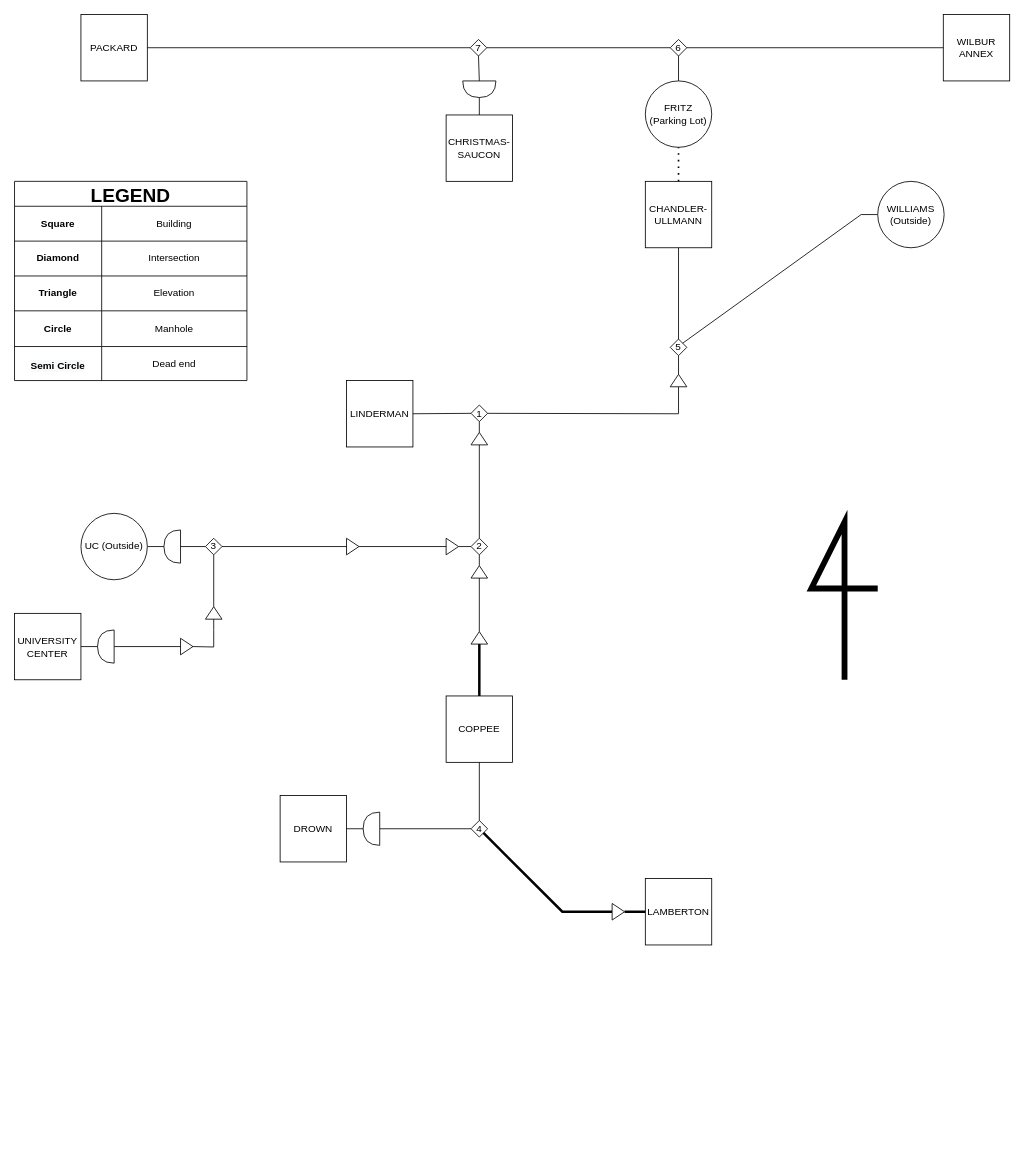
The draw.io diagram diagram.drawio in shun-ueda/lehigh-stream-tunnel, before the edit. Source tidied: cells renumbered, new cells numbered last; positions are measured from the earlier drawing's top-left corner, leaving out a move shared by most shapes. Both pictures are drawn from the tidied source at 83%, with x=0, y=0 at pixel (14, 14).
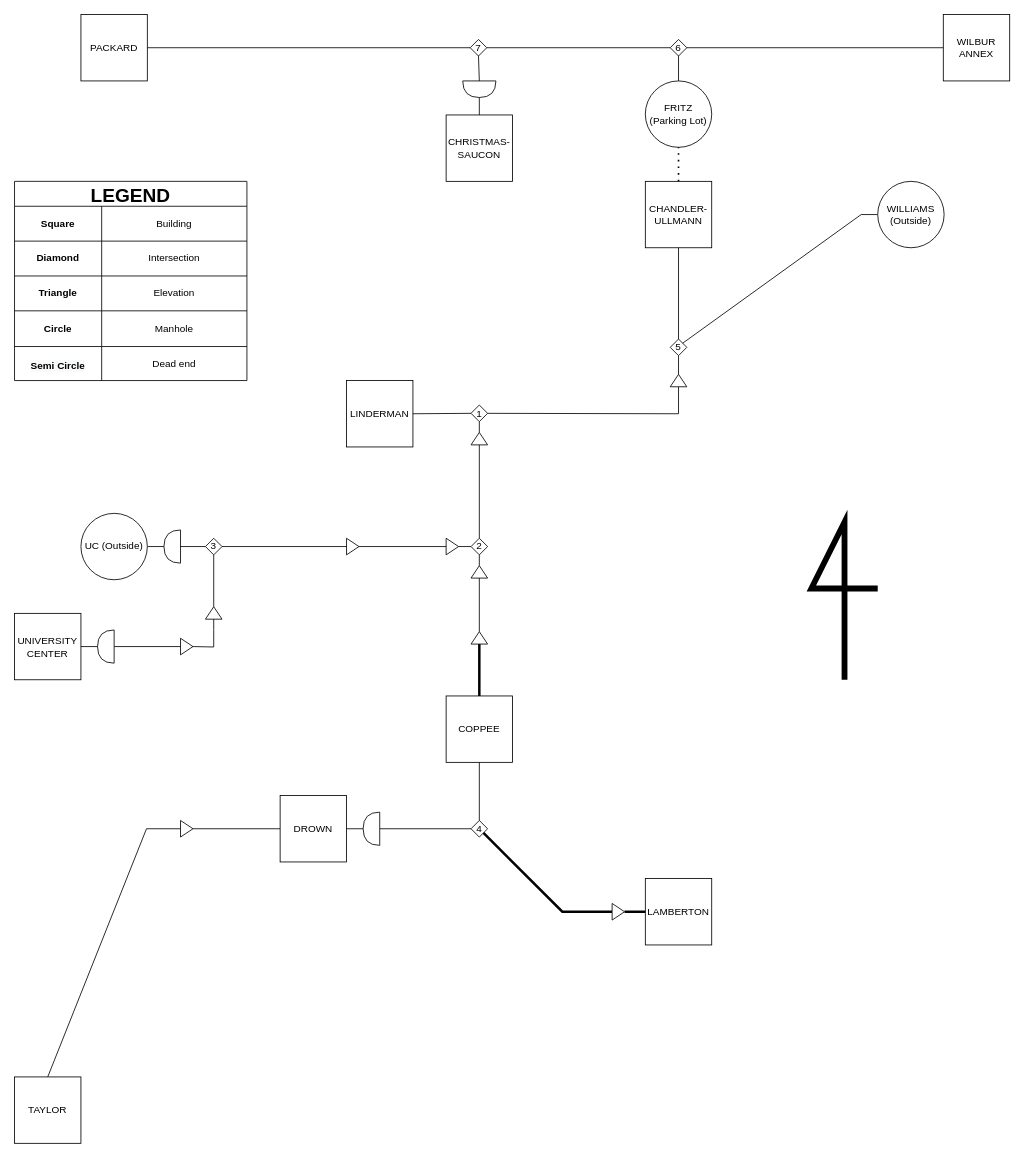
The same page after the edit.

Unchanged cells that the change refers to:
```xml
<mxCell id="45" value="DROWN" style="rounded=0;whiteSpace=wrap;html=1;" parent="1" vertex="1">
  <mxGeometry x="320" y="941" width="80" height="80" as="geometry" />
</mxCell>
```

The edit, as a diff of the source:
```diff
@@
+    <mxCell id="82" value="TAYLOR" style="rounded=0;whiteSpace=wrap;html=1;" parent="1" vertex="1">
+      <mxGeometry y="1280" width="80" height="80" as="geometry" />
+    </mxCell>
+    <mxCell id="83" style="endArrow=none;html=1;rounded=0;exitX=0.5;exitY=0;exitDx=0;exitDy=0;entryX=0;entryY=0.5;entryDx=0;entryDy=0;" parent="1" edge="1" source="82" target="84">
+      <mxGeometry relative="1" as="geometry">
+        <Array as="points">
+          <mxPoint x="159" y="981" />
+        </Array>
+      </mxGeometry>
+    </mxCell>
+    <mxCell id="84" style="triangle;whiteSpace=wrap;html=1;rotation=0;" parent="1" vertex="1">
+      <mxGeometry x="200" y="971" width="15" height="20" as="geometry" />
+    </mxCell>
+    <mxCell id="85" style="endArrow=none;html=1;rounded=0;exitX=1;exitY=0.5;exitDx=0;exitDy=0;entryX=0;entryY=0.5;entryDx=0;entryDy=0;" parent="1" edge="1" source="84" target="45">
+      <mxGeometry relative="1" as="geometry" />
+    </mxCell>
```
